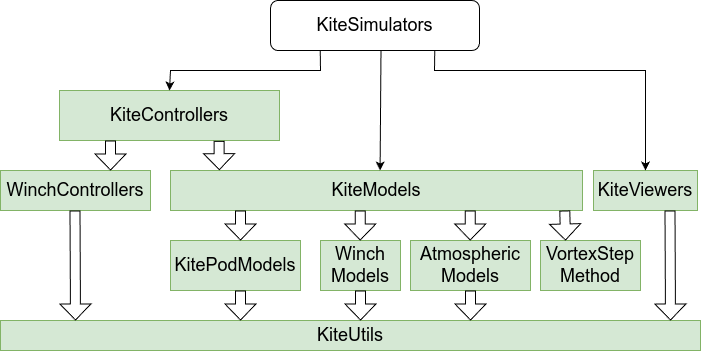
Before: docs/src/kite_power_tools.png, a diagram exported from draw.io (OpenSourceAWE/SymbolicAWEModels.jl). Source tidied: cells renumbered, new cells last; positions are measured from the earlier drawing's top-left corner, leaving out a move shared by most shapes. The source it was exported from:
```xml
<mxGraphModel>
  <root>
    <mxCell id="0" />
    <mxCell id="1" parent="0" />
    <mxCell id="2" value="KiteSimulators" style="rounded=1;whiteSpace=wrap;html=1;fontSize=18;" parent="1" vertex="1">
      <mxGeometry x="270" width="209" height="50" as="geometry" />
    </mxCell>
    <mxCell id="3" value="KiteControllers" style="rounded=0;whiteSpace=wrap;html=1;fontSize=18;fillColor=#d5e8d4;strokeColor=#82b366;" parent="1" vertex="1">
      <mxGeometry x="59" y="90" width="220" height="50" as="geometry" />
    </mxCell>
    <mxCell id="4" value="KiteModels" style="rounded=0;whiteSpace=wrap;html=1;fontSize=18;fillColor=#d5e8d4;strokeColor=#82b366;" parent="1" vertex="1">
      <mxGeometry x="170" y="170" width="412" height="40" as="geometry" />
    </mxCell>
    <mxCell id="5" value="&lt;font style=&quot;font-size: 18px;&quot;&gt;KiteViewers&lt;/font&gt;" style="rounded=0;whiteSpace=wrap;html=1;fillColor=#d5e8d4;strokeColor=#82b366;" parent="1" vertex="1">
      <mxGeometry x="593" y="170" width="104" height="40" as="geometry" />
    </mxCell>
    <mxCell id="6" value="KitePodModels" style="rounded=0;whiteSpace=wrap;html=1;fontSize=18;fillColor=#d5e8d4;strokeColor=#82b366;" parent="1" vertex="1">
      <mxGeometry x="170" y="240" width="130" height="50" as="geometry" />
    </mxCell>
    <mxCell id="7" value="Winch&lt;br&gt;Models" style="rounded=0;whiteSpace=wrap;html=1;fontSize=18;fillColor=#d5e8d4;strokeColor=#82b366;" parent="1" vertex="1">
      <mxGeometry x="320" y="240" width="80" height="50" as="geometry" />
    </mxCell>
    <mxCell id="8" value="Atmospheric&lt;br style=&quot;font-size: 18px;&quot;&gt;Models" style="rounded=0;whiteSpace=wrap;html=1;fontSize=18;fillColor=#d5e8d4;strokeColor=#82b366;" parent="1" vertex="1">
      <mxGeometry x="410" y="240" width="120" height="50" as="geometry" />
    </mxCell>
    <mxCell id="9" value="KiteUtils" style="rounded=0;whiteSpace=wrap;html=1;fontSize=18;fillColor=#d5e8d4;strokeColor=#82b366;" parent="1" vertex="1">
      <mxGeometry y="320" width="700" height="30" as="geometry" />
    </mxCell>
    <mxCell id="10" value="VortexStep&lt;br&gt;Method" style="rounded=0;whiteSpace=wrap;html=1;fontSize=18;fillColor=#d5e8d4;strokeColor=#82b366;" parent="1" vertex="1">
      <mxGeometry x="540" y="240" width="100" height="50" as="geometry" />
    </mxCell>
    <mxCell id="11" style="shape=flexArrow;endArrow=classic;html=1;rounded=0;exitX=0.75;exitY=1;exitDx=0;exitDy=0;endSize=5;" parent="1" edge="1">
      <mxGeometry relative="1" as="geometry">
        <mxPoint x="669.5" y="210" as="sourcePoint" />
        <mxPoint x="670" y="320" as="targetPoint" />
      </mxGeometry>
    </mxCell>
    <mxCell id="12" style="shape=flexArrow;endArrow=classic;html=1;rounded=0;exitX=0.5;exitY=1;exitDx=0;exitDy=0;endSize=5;" parent="1" edge="1" source="8">
      <mxGeometry relative="1" as="geometry">
        <mxPoint x="470" y="320" as="targetPoint" />
      </mxGeometry>
    </mxCell>
    <mxCell id="13" style="shape=flexArrow;endArrow=classic;html=1;rounded=0;exitX=0.5;exitY=1;exitDx=0;exitDy=0;endSize=5;" parent="1" edge="1" source="7">
      <mxGeometry relative="1" as="geometry">
        <mxPoint x="360" y="320" as="targetPoint" />
      </mxGeometry>
    </mxCell>
    <mxCell id="14" style="shape=flexArrow;endArrow=classic;html=1;rounded=0;entryX=0.25;entryY=0;entryDx=0;entryDy=0;exitX=0.957;exitY=1;exitDx=0;exitDy=0;exitPerimeter=0;endSize=5;" parent="1" edge="1" source="4" target="10">
      <mxGeometry relative="1" as="geometry" />
    </mxCell>
    <mxCell id="15" style="endArrow=classic;html=1;rounded=0;exitX=0.786;exitY=1;exitDx=0;exitDy=0;exitPerimeter=0;entryX=0.5;entryY=0;entryDx=0;entryDy=0;" parent="1" edge="1" source="2" target="5">
      <mxGeometry relative="1" as="geometry">
        <Array as="points">
          <mxPoint x="434" y="70" />
          <mxPoint x="645" y="70" />
        </Array>
      </mxGeometry>
    </mxCell>
    <mxCell id="16" style="endArrow=classic;html=1;rounded=0;exitX=0.543;exitY=1.01;exitDx=0;exitDy=0;exitPerimeter=0;entryX=0.516;entryY=0;entryDx=0;entryDy=0;entryPerimeter=0;" parent="1" edge="1">
      <mxGeometry relative="1" as="geometry">
        <mxPoint x="380.5" y="50.5" as="sourcePoint" />
        <mxPoint x="379.6" y="170" as="targetPoint" />
      </mxGeometry>
    </mxCell>
    <mxCell id="17" style="shape=flexArrow;endArrow=classic;html=1;rounded=0;exitX=0.689;exitY=1.007;exitDx=0;exitDy=0;endSize=5;exitPerimeter=0;entryX=0.099;entryY=-0.008;entryDx=0;entryDy=0;entryPerimeter=0;" parent="1" edge="1">
      <mxGeometry relative="1" as="geometry">
        <mxPoint x="218.6" y="140.4" as="sourcePoint" />
        <mxPoint x="218.8" y="169.7" as="targetPoint" />
      </mxGeometry>
    </mxCell>
    <mxCell id="18" style="shape=flexArrow;endArrow=classic;html=1;rounded=0;exitX=0.5;exitY=1;exitDx=0;exitDy=0;endSize=5;" parent="1" edge="1">
      <mxGeometry relative="1" as="geometry">
        <mxPoint x="240" y="210" as="sourcePoint" />
        <mxPoint x="240" y="240" as="targetPoint" />
      </mxGeometry>
    </mxCell>
    <mxCell id="19" style="shape=flexArrow;endArrow=classic;html=1;rounded=0;exitX=0.5;exitY=1;exitDx=0;exitDy=0;endSize=5;" parent="1" edge="1">
      <mxGeometry relative="1" as="geometry">
        <mxPoint x="359.8" y="210" as="sourcePoint" />
        <mxPoint x="359.8" y="240" as="targetPoint" />
      </mxGeometry>
    </mxCell>
    <mxCell id="20" style="shape=flexArrow;endArrow=classic;html=1;rounded=0;exitX=0.5;exitY=1;exitDx=0;exitDy=0;endSize=5;" parent="1" edge="1">
      <mxGeometry relative="1" as="geometry">
        <mxPoint x="469.8" y="210" as="sourcePoint" />
        <mxPoint x="469.8" y="240" as="targetPoint" />
      </mxGeometry>
    </mxCell>
    <mxCell id="21" style="shape=flexArrow;endArrow=classic;html=1;rounded=0;exitX=0.5;exitY=1;exitDx=0;exitDy=0;endSize=5;" parent="1" edge="1">
      <mxGeometry relative="1" as="geometry">
        <mxPoint x="240" y="290" as="sourcePoint" />
        <mxPoint x="240" y="320" as="targetPoint" />
      </mxGeometry>
    </mxCell>
    <mxCell id="22" value="WinchControllers" style="rounded=0;whiteSpace=wrap;html=1;fontSize=18;fillColor=#d5e8d4;strokeColor=#82b366;" parent="1" vertex="1">
      <mxGeometry y="170" width="150" height="40" as="geometry" />
    </mxCell>
    <mxCell id="23" style="shape=flexArrow;endArrow=classic;html=1;rounded=0;exitX=0.689;exitY=1.007;exitDx=0;exitDy=0;endSize=5;exitPerimeter=0;entryX=0.099;entryY=-0.008;entryDx=0;entryDy=0;entryPerimeter=0;" parent="1" edge="1">
      <mxGeometry relative="1" as="geometry">
        <mxPoint x="110" y="140" as="sourcePoint" />
        <mxPoint x="110" y="170" as="targetPoint" />
      </mxGeometry>
    </mxCell>
    <mxCell id="24" style="shape=flexArrow;endArrow=classic;html=1;rounded=0;exitX=0.75;exitY=1;exitDx=0;exitDy=0;endSize=5;" parent="1" edge="1">
      <mxGeometry relative="1" as="geometry">
        <mxPoint x="74.5" y="210" as="sourcePoint" />
        <mxPoint x="75" y="320" as="targetPoint" />
      </mxGeometry>
    </mxCell>
    <mxCell id="25" style="endArrow=classic;html=1;rounded=0;entryX=0.5;entryY=0;entryDx=0;entryDy=0;exitX=0.238;exitY=0.993;exitDx=0;exitDy=0;jumpStyle=none;exitPerimeter=0;" parent="1" edge="1" source="2" target="3">
      <mxGeometry relative="1" as="geometry">
        <Array as="points">
          <mxPoint x="320" y="70" />
          <mxPoint x="170" y="70" />
        </Array>
      </mxGeometry>
    </mxCell>
  </root>
</mxGraphModel>
```
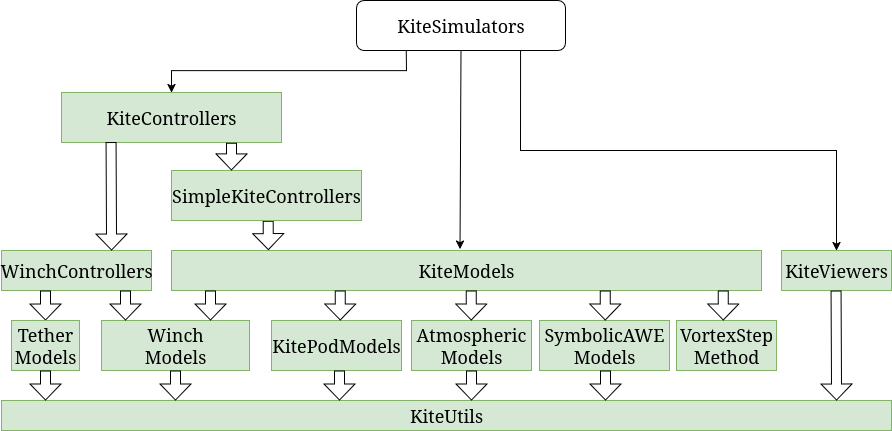
The same diagram one commit later.

Diff of the diagram source:
```diff
@@ -3,117 +3,151 @@
     <mxCell id="0" />
     <mxCell id="1" parent="0" />
     <mxCell id="2" value="KiteSimulators" style="rounded=1;whiteSpace=wrap;html=1;fontSize=18;" parent="1" vertex="1">
-      <mxGeometry x="270" width="209" height="50" as="geometry" />
+      <mxGeometry x="355" y="-80" width="209" height="50" as="geometry" />
     </mxCell>
     <mxCell id="3" value="KiteControllers" style="rounded=0;whiteSpace=wrap;html=1;fontSize=18;fillColor=#d5e8d4;strokeColor=#82b366;" parent="1" vertex="1">
-      <mxGeometry x="59" y="90" width="220" height="50" as="geometry" />
+      <mxGeometry x="60" y="12" width="220" height="50" as="geometry" />
     </mxCell>
     <mxCell id="4" value="KiteModels" style="rounded=0;whiteSpace=wrap;html=1;fontSize=18;fillColor=#d5e8d4;strokeColor=#82b366;" parent="1" vertex="1">
-      <mxGeometry x="170" y="170" width="412" height="40" as="geometry" />
+      <mxGeometry x="170" y="170" width="590" height="40" as="geometry" />
     </mxCell>
     <mxCell id="5" value="&lt;font style=&quot;font-size: 18px;&quot;&gt;KiteViewers&lt;/font&gt;" style="rounded=0;whiteSpace=wrap;html=1;fillColor=#d5e8d4;strokeColor=#82b366;" parent="1" vertex="1">
-      <mxGeometry x="593" y="170" width="104" height="40" as="geometry" />
+      <mxGeometry x="780" y="170" width="110" height="40" as="geometry" />
     </mxCell>
     <mxCell id="6" value="KitePodModels" style="rounded=0;whiteSpace=wrap;html=1;fontSize=18;fillColor=#d5e8d4;strokeColor=#82b366;" parent="1" vertex="1">
-      <mxGeometry x="170" y="240" width="130" height="50" as="geometry" />
+      <mxGeometry x="270" y="240" width="130" height="50" as="geometry" />
     </mxCell>
     <mxCell id="7" value="Winch&lt;br&gt;Models" style="rounded=0;whiteSpace=wrap;html=1;fontSize=18;fillColor=#d5e8d4;strokeColor=#82b366;" parent="1" vertex="1">
-      <mxGeometry x="320" y="240" width="80" height="50" as="geometry" />
+      <mxGeometry x="100" y="240" width="148" height="50" as="geometry" />
     </mxCell>
     <mxCell id="8" value="Atmospheric&lt;br style=&quot;font-size: 18px;&quot;&gt;Models" style="rounded=0;whiteSpace=wrap;html=1;fontSize=18;fillColor=#d5e8d4;strokeColor=#82b366;" parent="1" vertex="1">
       <mxGeometry x="410" y="240" width="120" height="50" as="geometry" />
     </mxCell>
     <mxCell id="9" value="KiteUtils" style="rounded=0;whiteSpace=wrap;html=1;fontSize=18;fillColor=#d5e8d4;strokeColor=#82b366;" parent="1" vertex="1">
-      <mxGeometry y="320" width="700" height="30" as="geometry" />
+      <mxGeometry y="320" width="890" height="30" as="geometry" />
     </mxCell>
     <mxCell id="10" value="VortexStep&lt;br&gt;Method" style="rounded=0;whiteSpace=wrap;html=1;fontSize=18;fillColor=#d5e8d4;strokeColor=#82b366;" parent="1" vertex="1">
-      <mxGeometry x="540" y="240" width="100" height="50" as="geometry" />
+      <mxGeometry x="675" y="240" width="100" height="50" as="geometry" />
     </mxCell>
-    <mxCell id="11" style="shape=flexArrow;endArrow=classic;html=1;rounded=0;exitX=0.75;exitY=1;exitDx=0;exitDy=0;endSize=5;" parent="1" edge="1">
-      <mxGeometry relative="1" as="geometry">
-        <mxPoint x="669.5" y="210" as="sourcePoint" />
-        <mxPoint x="670" y="320" as="targetPoint" />
-      </mxGeometry>
-    </mxCell>
-    <mxCell id="12" style="shape=flexArrow;endArrow=classic;html=1;rounded=0;exitX=0.5;exitY=1;exitDx=0;exitDy=0;endSize=5;" parent="1" edge="1" source="8">
-      <mxGeometry relative="1" as="geometry">
-        <mxPoint x="470" y="320" as="targetPoint" />
-      </mxGeometry>
-    </mxCell>
-    <mxCell id="13" style="shape=flexArrow;endArrow=classic;html=1;rounded=0;exitX=0.5;exitY=1;exitDx=0;exitDy=0;endSize=5;" parent="1" edge="1" source="7">
-      <mxGeometry relative="1" as="geometry">
-        <mxPoint x="360" y="320" as="targetPoint" />
-      </mxGeometry>
-    </mxCell>
-    <mxCell id="14" style="shape=flexArrow;endArrow=classic;html=1;rounded=0;entryX=0.25;entryY=0;entryDx=0;entryDy=0;exitX=0.957;exitY=1;exitDx=0;exitDy=0;exitPerimeter=0;endSize=5;" parent="1" edge="1" source="4" target="10">
-      <mxGeometry relative="1" as="geometry" />
-    </mxCell>
+    <mxCell id="26" style="shape=flexArrow;endArrow=classic;html=1;rounded=0;exitX=0.75;exitY=1;exitDx=0;exitDy=0;endSize=5;" parent="1" edge="1">
+      <mxGeometry relative="1" as="geometry">
+        <mxPoint x="834.5" y="210" as="sourcePoint" />
+        <mxPoint x="835" y="320" as="targetPoint" />
+      </mxGeometry>
+    </mxCell>
+    <mxCell id="27" style="shape=flexArrow;endArrow=classic;html=1;rounded=0;exitX=0.5;exitY=1;exitDx=0;exitDy=0;endSize=5;" parent="1" edge="1" source="8">
+      <mxGeometry relative="1" as="geometry">
+        <mxPoint x="470" y="320" as="targetPoint" />
+      </mxGeometry>
+    </mxCell>
+    <mxCell id="28" style="shape=flexArrow;endArrow=classic;html=1;rounded=0;exitX=0.5;exitY=1;exitDx=0;exitDy=0;endSize=5;" parent="1" edge="1" source="7">
+      <mxGeometry relative="1" as="geometry">
+        <mxPoint x="174" y="320" as="targetPoint" />
+      </mxGeometry>
+    </mxCell>
-    <mxCell id="15" style="endArrow=classic;html=1;rounded=0;exitX=0.786;exitY=1;exitDx=0;exitDy=0;exitPerimeter=0;entryX=0.5;entryY=0;entryDx=0;entryDy=0;" parent="1" edge="1" source="2" target="5">
+    <mxCell id="15" style="endArrow=classic;html=1;rounded=0;exitX=0.785;exitY=1.005;exitDx=0;exitDy=0;exitPerimeter=0;entryX=0.5;entryY=0;entryDx=0;entryDy=0;" parent="1" edge="1" source="2" target="5">
       <mxGeometry relative="1" as="geometry">
         <Array as="points">
-          <mxPoint x="434" y="70" />
-          <mxPoint x="645" y="70" />
+          <mxPoint x="519" y="70" />
+          <mxPoint x="835" y="70" />
         </Array>
       </mxGeometry>
     </mxCell>
-    <mxCell id="16" style="endArrow=classic;html=1;rounded=0;exitX=0.543;exitY=1.01;exitDx=0;exitDy=0;exitPerimeter=0;entryX=0.516;entryY=0;entryDx=0;entryDy=0;entryPerimeter=0;" parent="1" edge="1">
-      <mxGeometry relative="1" as="geometry">
-        <mxPoint x="380.5" y="50.5" as="sourcePoint" />
-        <mxPoint x="379.6" y="170" as="targetPoint" />
-      </mxGeometry>
-    </mxCell>
-    <mxCell id="17" style="shape=flexArrow;endArrow=classic;html=1;rounded=0;exitX=0.689;exitY=1.007;exitDx=0;exitDy=0;endSize=5;exitPerimeter=0;entryX=0.099;entryY=-0.008;entryDx=0;entryDy=0;entryPerimeter=0;" parent="1" edge="1">
-      <mxGeometry relative="1" as="geometry">
-        <mxPoint x="218.6" y="140.4" as="sourcePoint" />
-        <mxPoint x="218.8" y="169.7" as="targetPoint" />
-      </mxGeometry>
-    </mxCell>
-    <mxCell id="18" style="shape=flexArrow;endArrow=classic;html=1;rounded=0;exitX=0.5;exitY=1;exitDx=0;exitDy=0;endSize=5;" parent="1" edge="1">
-      <mxGeometry relative="1" as="geometry">
-        <mxPoint x="240" y="210" as="sourcePoint" />
-        <mxPoint x="240" y="240" as="targetPoint" />
-      </mxGeometry>
-    </mxCell>
-    <mxCell id="19" style="shape=flexArrow;endArrow=classic;html=1;rounded=0;exitX=0.5;exitY=1;exitDx=0;exitDy=0;endSize=5;" parent="1" edge="1">
-      <mxGeometry relative="1" as="geometry">
-        <mxPoint x="359.8" y="210" as="sourcePoint" />
-        <mxPoint x="359.8" y="240" as="targetPoint" />
-      </mxGeometry>
-    </mxCell>
-    <mxCell id="20" style="shape=flexArrow;endArrow=classic;html=1;rounded=0;exitX=0.5;exitY=1;exitDx=0;exitDy=0;endSize=5;" parent="1" edge="1">
-      <mxGeometry relative="1" as="geometry">
-        <mxPoint x="469.8" y="210" as="sourcePoint" />
-        <mxPoint x="469.8" y="240" as="targetPoint" />
-      </mxGeometry>
-    </mxCell>
-    <mxCell id="21" style="shape=flexArrow;endArrow=classic;html=1;rounded=0;exitX=0.5;exitY=1;exitDx=0;exitDy=0;endSize=5;" parent="1" edge="1">
-      <mxGeometry relative="1" as="geometry">
-        <mxPoint x="240" y="290" as="sourcePoint" />
-        <mxPoint x="240" y="320" as="targetPoint" />
-      </mxGeometry>
-    </mxCell>
+    <mxCell id="29" style="endArrow=classic;html=1;rounded=0;exitX=0.5;exitY=1;exitDx=0;exitDy=0;entryX=0.489;entryY=-0.035;entryDx=0;entryDy=0;entryPerimeter=0;" parent="1" edge="1" source="2" target="4">
+      <mxGeometry relative="1" as="geometry" />
+    </mxCell>
+    <mxCell id="30" style="shape=flexArrow;endArrow=classic;html=1;rounded=0;exitX=0.689;exitY=1.007;exitDx=0;exitDy=0;endSize=5;exitPerimeter=0;entryX=0.099;entryY=-0.008;entryDx=0;entryDy=0;entryPerimeter=0;" parent="1" edge="1">
+      <mxGeometry relative="1" as="geometry">
+        <mxPoint x="266.6" y="140.4" as="sourcePoint" />
+        <mxPoint x="266.8" y="169.7" as="targetPoint" />
+      </mxGeometry>
+    </mxCell>
+    <mxCell id="31" style="shape=flexArrow;endArrow=classic;html=1;rounded=0;exitX=0.5;exitY=1;exitDx=0;exitDy=0;endSize=5;" parent="1" edge="1">
+      <mxGeometry relative="1" as="geometry">
+        <mxPoint x="209" y="210" as="sourcePoint" />
+        <mxPoint x="209" y="240" as="targetPoint" />
+      </mxGeometry>
+    </mxCell>
+    <mxCell id="32" style="shape=flexArrow;endArrow=classic;html=1;rounded=0;exitX=0.5;exitY=1;exitDx=0;exitDy=0;endSize=5;" parent="1" edge="1">
+      <mxGeometry relative="1" as="geometry">
+        <mxPoint x="338.8" y="210" as="sourcePoint" />
+        <mxPoint x="338.8" y="240" as="targetPoint" />
+      </mxGeometry>
+    </mxCell>
+    <mxCell id="33" style="shape=flexArrow;endArrow=classic;html=1;rounded=0;exitX=0.5;exitY=1;exitDx=0;exitDy=0;endSize=5;" parent="1" edge="1">
+      <mxGeometry relative="1" as="geometry">
+        <mxPoint x="469.8" y="210" as="sourcePoint" />
+        <mxPoint x="469.8" y="240" as="targetPoint" />
+      </mxGeometry>
+    </mxCell>
+    <mxCell id="34" style="shape=flexArrow;endArrow=classic;html=1;rounded=0;exitX=0.5;exitY=1;exitDx=0;exitDy=0;endSize=5;" parent="1" edge="1">
+      <mxGeometry relative="1" as="geometry">
+        <mxPoint x="338" y="290" as="sourcePoint" />
+        <mxPoint x="338" y="320" as="targetPoint" />
+      </mxGeometry>
+    </mxCell>
     <mxCell id="22" value="WinchControllers" style="rounded=0;whiteSpace=wrap;html=1;fontSize=18;fillColor=#d5e8d4;strokeColor=#82b366;" parent="1" vertex="1">
       <mxGeometry y="170" width="150" height="40" as="geometry" />
     </mxCell>
-    <mxCell id="23" style="shape=flexArrow;endArrow=classic;html=1;rounded=0;exitX=0.689;exitY=1.007;exitDx=0;exitDy=0;endSize=5;exitPerimeter=0;entryX=0.099;entryY=-0.008;entryDx=0;entryDy=0;entryPerimeter=0;" parent="1" edge="1">
-      <mxGeometry relative="1" as="geometry">
-        <mxPoint x="110" y="140" as="sourcePoint" />
-        <mxPoint x="110" y="170" as="targetPoint" />
-      </mxGeometry>
-    </mxCell>
-    <mxCell id="24" style="shape=flexArrow;endArrow=classic;html=1;rounded=0;exitX=0.75;exitY=1;exitDx=0;exitDy=0;endSize=5;" parent="1" edge="1">
-      <mxGeometry relative="1" as="geometry">
-        <mxPoint x="74.5" y="210" as="sourcePoint" />
-        <mxPoint x="75" y="320" as="targetPoint" />
-      </mxGeometry>
-    </mxCell>
+    <mxCell id="35" style="shape=flexArrow;endArrow=classic;html=1;rounded=0;endSize=5;entryX=0.099;entryY=-0.008;entryDx=0;entryDy=0;entryPerimeter=0;exitX=0.225;exitY=0.99;exitDx=0;exitDy=0;exitPerimeter=0;" parent="1" edge="1" source="3">
+      <mxGeometry relative="1" as="geometry">
+        <mxPoint x="110" y="170" as="targetPoint" />
+      </mxGeometry>
+    </mxCell>
+    <mxCell id="36" style="shape=flexArrow;endArrow=classic;html=1;rounded=0;exitX=0.293;exitY=1;exitDx=0;exitDy=0;endSize=5;exitPerimeter=0;entryX=0.5;entryY=0;entryDx=0;entryDy=0;entryPerimeter=0;" parent="1" edge="1" source="22" target="40">
+      <mxGeometry relative="1" as="geometry" />
+    </mxCell>
     <mxCell id="25" style="endArrow=classic;html=1;rounded=0;entryX=0.5;entryY=0;entryDx=0;entryDy=0;exitX=0.238;exitY=0.993;exitDx=0;exitDy=0;jumpStyle=none;exitPerimeter=0;" parent="1" edge="1" source="2" target="3">
       <mxGeometry relative="1" as="geometry">
         <Array as="points">
-          <mxPoint x="320" y="70" />
-          <mxPoint x="170" y="70" />
+          <mxPoint x="405" y="-10" />
+          <mxPoint x="170" y="-10" />
         </Array>
       </mxGeometry>
     </mxCell>
+    <mxCell id="37" value="SimpleKiteControllers" style="rounded=0;whiteSpace=wrap;html=1;fontSize=18;fillColor=#d5e8d4;strokeColor=#82b366;" parent="1" vertex="1">
+      <mxGeometry x="170" y="90" width="190" height="50" as="geometry" />
+    </mxCell>
+    <mxCell id="38" style="shape=flexArrow;endArrow=classic;html=1;rounded=0;endSize=5;exitX=0.773;exitY=1.007;exitDx=0;exitDy=0;exitPerimeter=0;" parent="1" edge="1" source="3">
+      <mxGeometry relative="1" as="geometry">
+        <mxPoint x="230" y="90" as="targetPoint" />
+      </mxGeometry>
+    </mxCell>
+    <mxCell id="39" style="shape=flexArrow;endArrow=classic;html=1;rounded=0;exitX=0.5;exitY=1;exitDx=0;exitDy=0;endSize=5;" parent="1" edge="1">
+      <mxGeometry relative="1" as="geometry">
+        <mxPoint x="124" y="210" as="sourcePoint" />
+        <mxPoint x="124" y="240" as="targetPoint" />
+      </mxGeometry>
+    </mxCell>
+    <mxCell id="40" value="Tether&lt;br&gt;Models" style="rounded=0;whiteSpace=wrap;html=1;fontSize=18;fillColor=#d5e8d4;strokeColor=#82b366;" parent="1" vertex="1">
+      <mxGeometry x="10" y="240" width="68" height="50" as="geometry" />
+    </mxCell>
+    <mxCell id="41" value="SymbolicAWE&lt;br&gt;Models" style="rounded=0;whiteSpace=wrap;html=1;fontSize=18;fillColor=#d5e8d4;strokeColor=#82b366;" parent="1" vertex="1">
+      <mxGeometry x="538" y="240" width="130" height="50" as="geometry" />
+    </mxCell>
+    <mxCell id="42" style="shape=flexArrow;endArrow=classic;html=1;rounded=0;exitX=0.5;exitY=1;exitDx=0;exitDy=0;endSize=5;" parent="1" edge="1">
+      <mxGeometry relative="1" as="geometry">
+        <mxPoint x="44" y="290" as="sourcePoint" />
+        <mxPoint x="44" y="320" as="targetPoint" />
+      </mxGeometry>
+    </mxCell>
+    <mxCell id="43" style="shape=flexArrow;endArrow=classic;html=1;rounded=0;exitX=0.5;exitY=1;exitDx=0;exitDy=0;endSize=5;" parent="1" edge="1">
+      <mxGeometry relative="1" as="geometry">
+        <mxPoint x="603.8" y="210" as="sourcePoint" />
+        <mxPoint x="603.8" y="240" as="targetPoint" />
+      </mxGeometry>
+    </mxCell>
+    <mxCell id="44" style="shape=flexArrow;endArrow=classic;html=1;rounded=0;exitX=0.5;exitY=1;exitDx=0;exitDy=0;endSize=5;" parent="1" edge="1">
+      <mxGeometry relative="1" as="geometry">
+        <mxPoint x="721.8" y="210" as="sourcePoint" />
+        <mxPoint x="721.8" y="240" as="targetPoint" />
+      </mxGeometry>
+    </mxCell>
+    <mxCell id="45" style="shape=flexArrow;endArrow=classic;html=1;rounded=0;exitX=0.5;exitY=1;exitDx=0;exitDy=0;endSize=5;" parent="1" edge="1">
+      <mxGeometry relative="1" as="geometry">
+        <mxPoint x="604" y="290" as="sourcePoint" />
+        <mxPoint x="604" y="320" as="targetPoint" />
+      </mxGeometry>
+    </mxCell>
   </root>
 </mxGraphModel>
```
